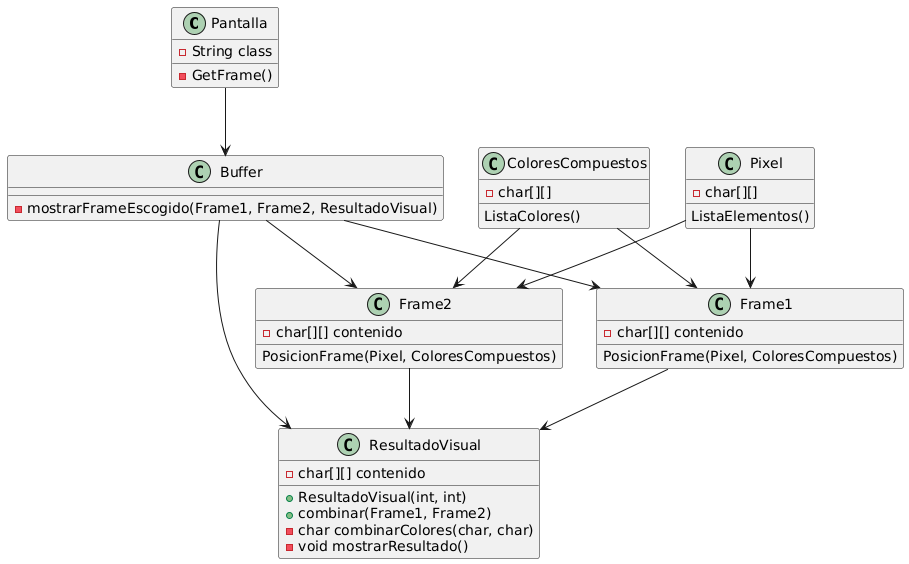
Above: entregas/juarezAlejandro/reto-001/images/segundoEjercicio(corregido).png in mmasias/24-25-EDA2 (PlantUML), before the change.
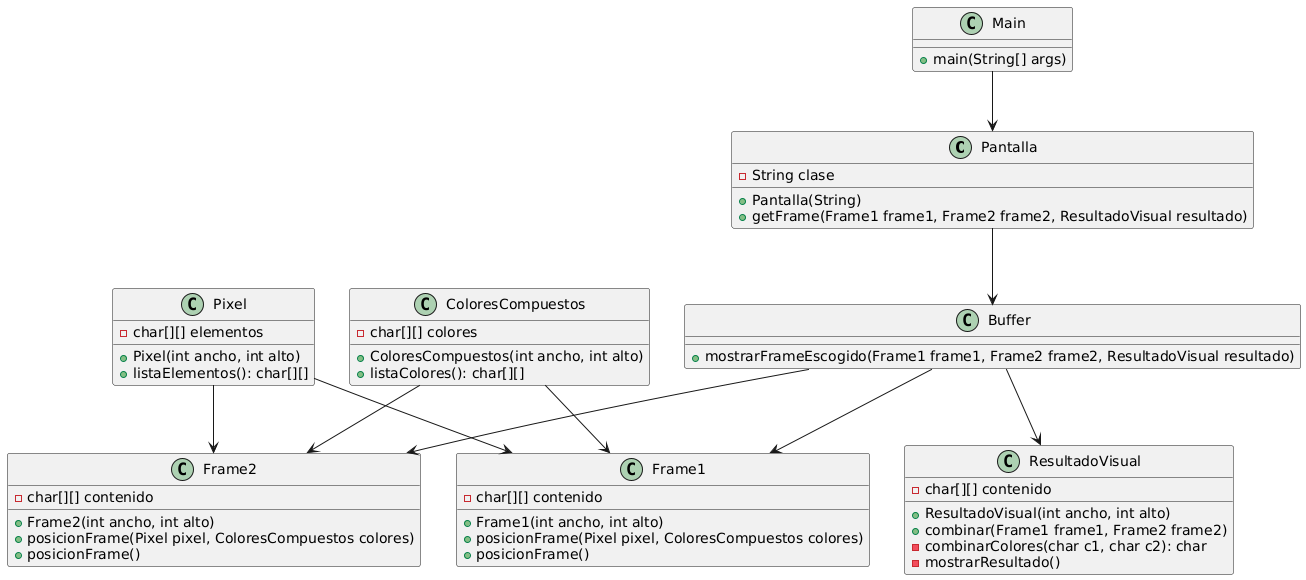
The same diagram one commit later.

Commit message:
Segundo ejercicio corregido

What changed in the source:
```diff
@@ -1,49 +1,59 @@
 @startuml
 class Pantalla {
-  -String class
-  -GetFrame()
+  -String clase
+  +Pantalla(String)
+  +getFrame(Frame1 frame1, Frame2 frame2, ResultadoVisual resultado)
 }
 
 class Buffer {
-  -mostrarFrameEscogido(Frame1, Frame2, ResultadoVisual)
+  +mostrarFrameEscogido(Frame1 frame1, Frame2 frame2, ResultadoVisual resultado)
+}
+
+class ColoresCompuestos {
+  -char[][] colores
+  +ColoresCompuestos(int ancho, int alto)
+  +listaColores(): char[][]
 }
 
 class Pixel {
-  -char[][]
-  ListaElementos()
+  -char[][] elementos
+  +Pixel(int ancho, int alto)
+  +listaElementos(): char[][]
 }
 
 class Frame1 {
   -char[][] contenido
-  PosicionFrame(Pixel, ColoresCompuestos)
+  +Frame1(int ancho, int alto)
+  +posicionFrame(Pixel pixel, ColoresCompuestos colores)
+  +posicionFrame()
 }
 
 class Frame2 {
   -char[][] contenido
-  PosicionFrame(Pixel, ColoresCompuestos)
+  +Frame2(int ancho, int alto)
+  +posicionFrame(Pixel pixel, ColoresCompuestos colores)
+  +posicionFrame()
 }
 
 class ResultadoVisual {
   -char[][] contenido
-  +ResultadoVisual(int, int)
-  +combinar(Frame1, Frame2)
-  -char combinarColores(char, char)
-  -void mostrarResultado()
+  +ResultadoVisual(int ancho, int alto)
+  +combinar(Frame1 frame1, Frame2 frame2)
+  -combinarColores(char c1, char c2): char
+  -mostrarResultado()
 }
 
-class ColoresCompuestos {
-  -char[][]
-  ListaColores()
+class Main {
+  +main(String[] args)
 }
 
 Pantalla --> Buffer
 Buffer --> Frame1
 Buffer --> Frame2
 Buffer --> ResultadoVisual
-Frame1 --> ResultadoVisual
-Frame2 --> ResultadoVisual
+ColoresCompuestos --> Frame1
+ColoresCompuestos --> Frame2
 Pixel --> Frame1
 Pixel --> Frame2
-ColoresCompuestos --> Frame1
-ColoresCompuestos --> Frame2
+Main --> Pantalla
 @enduml
```
